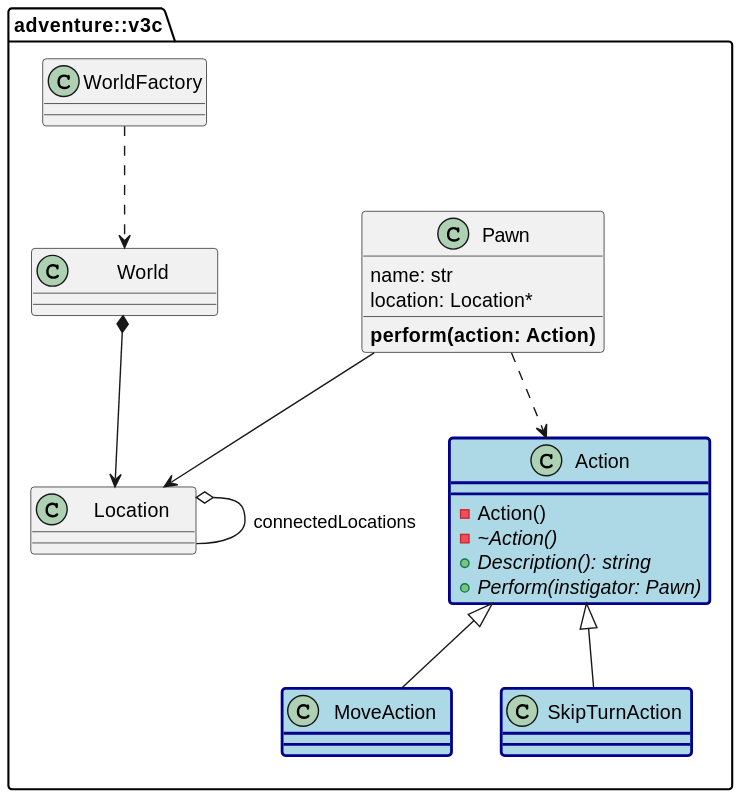
This is Python/CodeAlong/Woche-2/img/adventure-v3c-overview.svg from nicolast911/python-clean-arch-de, a PlantUML export, as it was before one commit.
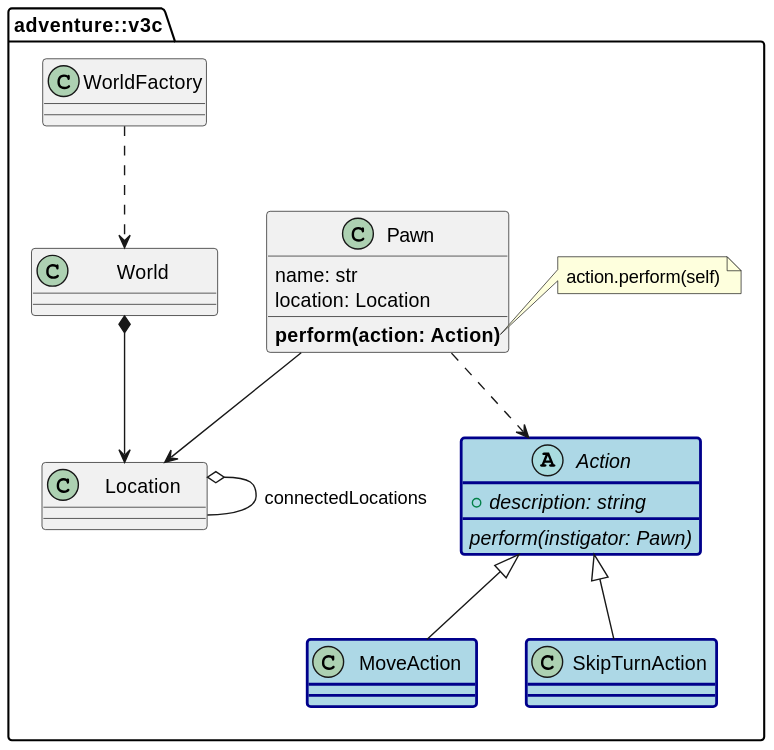
The same file after the commit.

Diff of the diagram source:
```diff
@@ -2,11 +2,9 @@
 package "adventure::v3c" {
 
     together {
-        class Action #line.bold:DarkBlue;back:lightblue {
-            - Action()
-            - {abstract} ~Action()
-            + {abstract} Description(): string
-            + {abstract} Perform(instigator: Pawn)
+         abstract class Action #line.bold:DarkBlue;back:lightblue {
+            + {abstract} description: string
+            {abstract} perform(instigator: Pawn)
         }
 
         class "  MoveAction  " #line.bold:DarkBlue;back:lightblue {
@@ -20,9 +18,13 @@
 
     class Pawn {
         name: str
-        location: Location*
+        location: Location
         <b>perform(action: Action)</b>
     }
+
+    note right of Pawn::perform
+        action.perform(self)
+    end note
 
     Action <.up. Pawn
 
```
